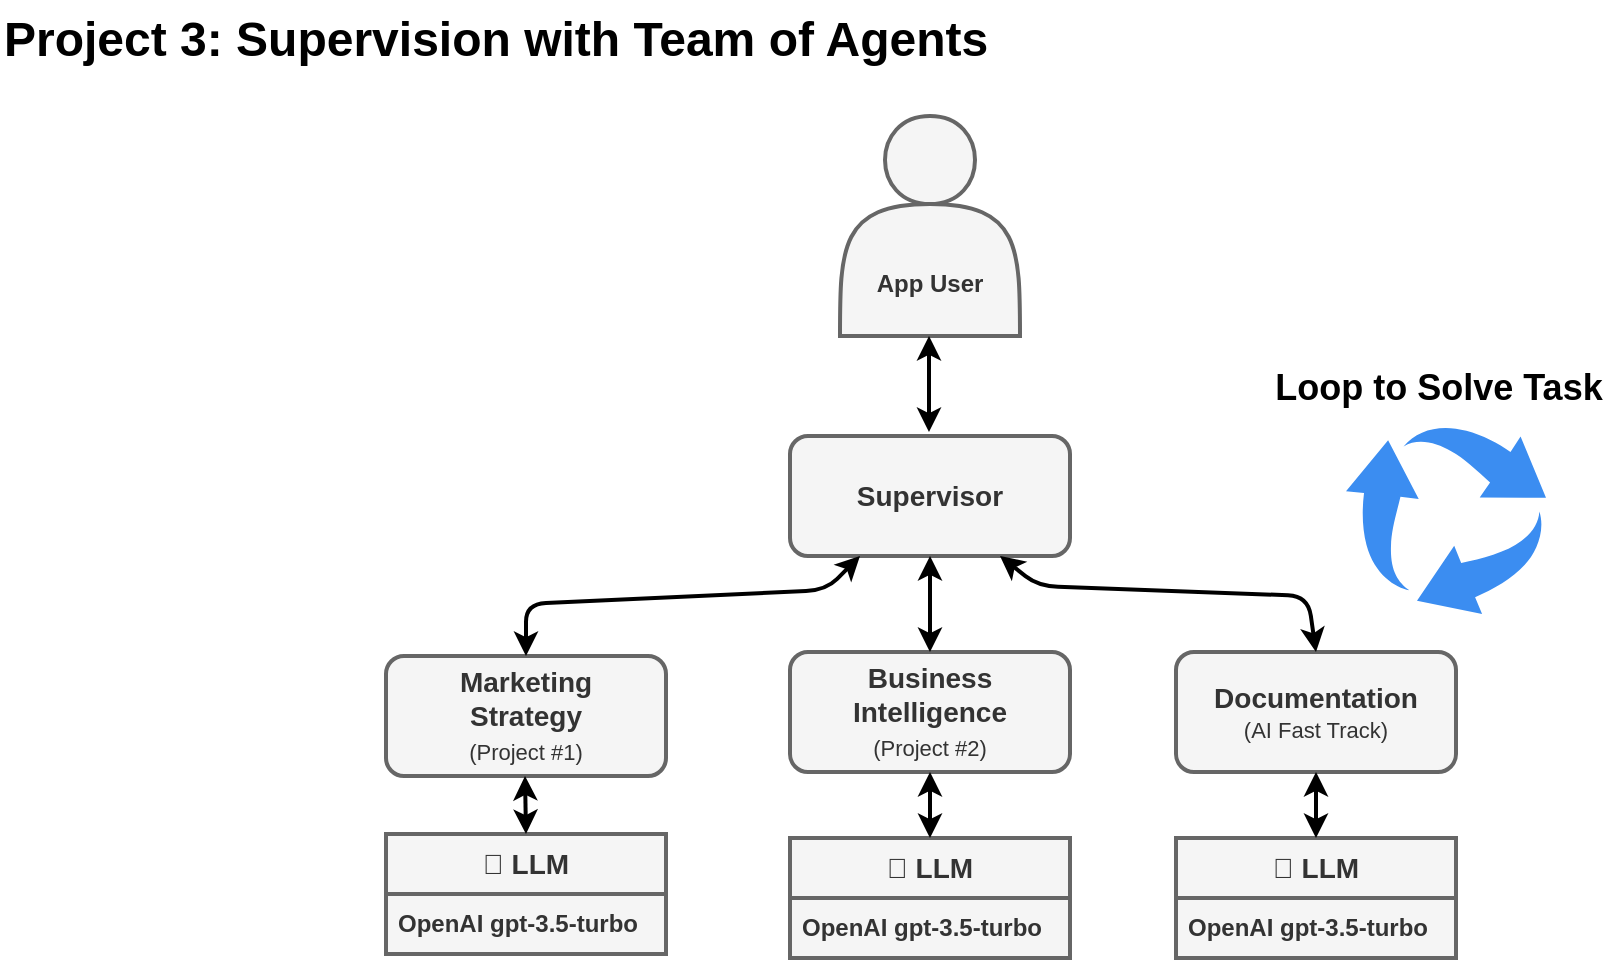
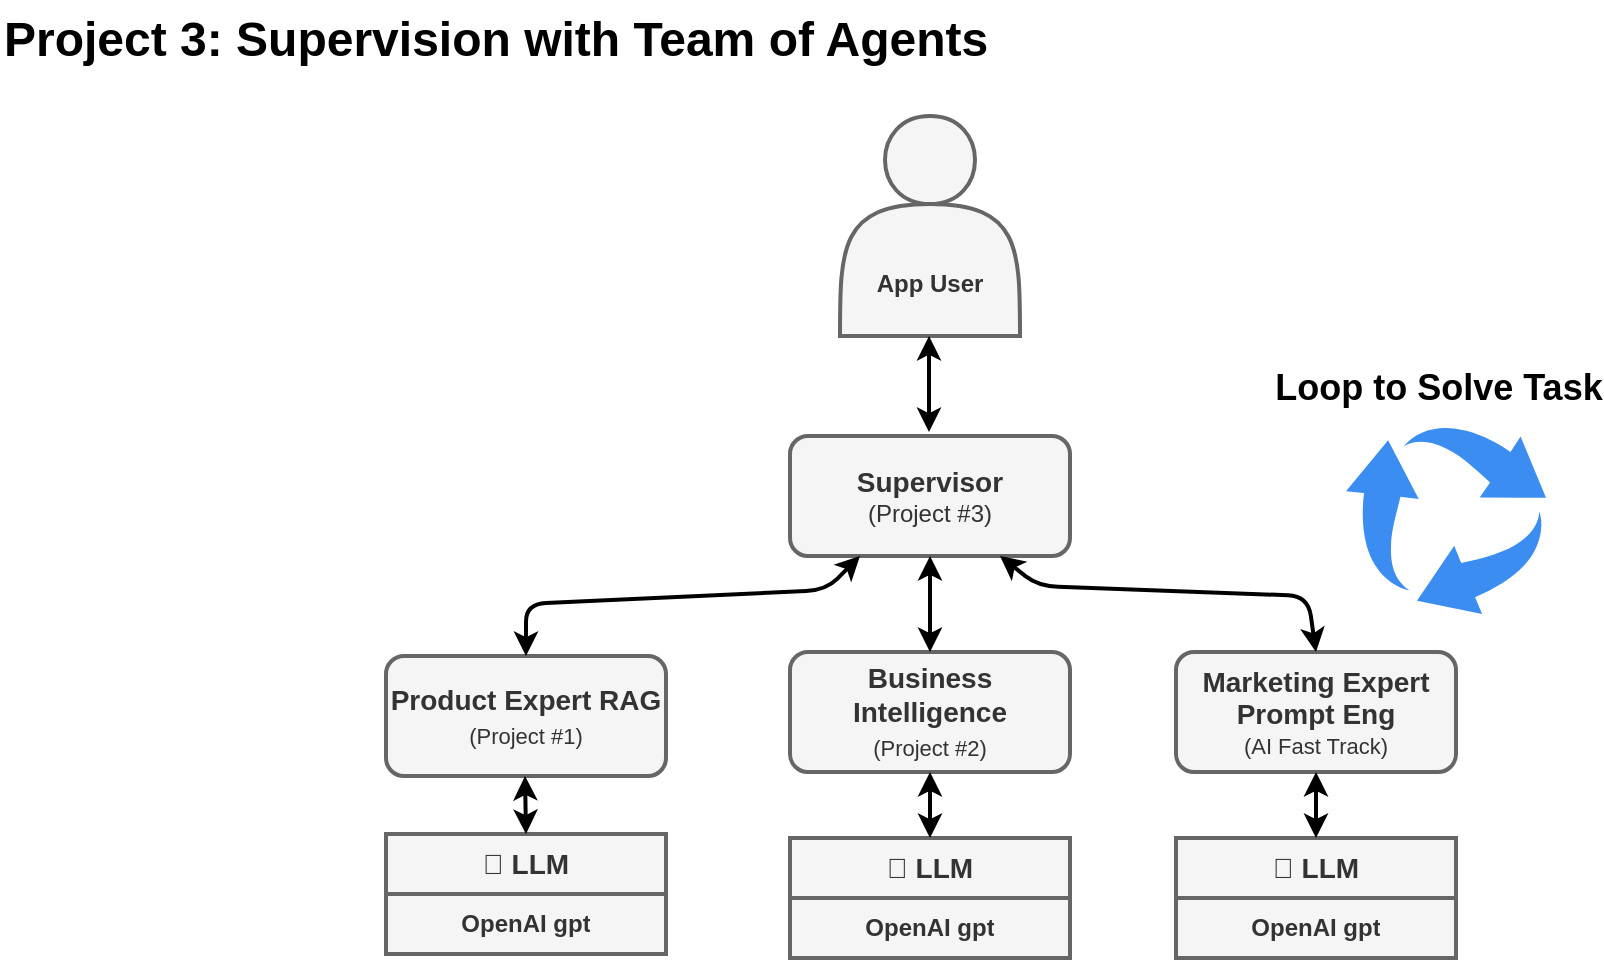
<mxfile host="65bd71144e">
    <diagram id="1xbTTFElEqbZD3jhlw0T" name="Project 3: Plan and Execute Team of Agents">
-         <mxGraphModel dx="887" dy="626" grid="0" gridSize="10" guides="1" tooltips="1" connect="1" arrows="1" fold="1" page="1" pageScale="1" pageWidth="1100" pageHeight="850" background="#ffffff" math="0" shadow="0">
+         <mxGraphModel dx="877" dy="399" grid="0" gridSize="10" guides="1" tooltips="1" connect="1" arrows="1" fold="1" page="1" pageScale="1" pageWidth="1100" pageHeight="850" background="#ffffff" math="0" shadow="0">
            <root>
                <mxCell id="0"/>
                <mxCell id="1" parent="0"/>
                <mxCell id="5" value="Project 3: Supervision with Team of Agents" style="text;html=1;fontSize=24;fontStyle=1;verticalAlign=middle;align=left;strokeWidth=2;fontColor=#000000;" parent="1" vertex="1">
                    <mxGeometry x="40" y="10" width="100" height="40" as="geometry"/>
                </mxCell>
                <mxCell id="35" value="&lt;br&gt;&lt;br&gt;&lt;br&gt;&lt;br&gt;&lt;b&gt;App User&lt;/b&gt;" style="shape=actor;whiteSpace=wrap;html=1;fillColor=#f5f5f5;fontColor=#333333;strokeColor=#666666;strokeWidth=2;" parent="1" vertex="1">
                    <mxGeometry x="460" y="68" width="90" height="110" as="geometry"/>
                </mxCell>
-                 <mxCell id="44" value="&lt;span style=&quot;font-size: 14px;&quot;&gt;&lt;b&gt;Supervisor&lt;/b&gt;&lt;/span&gt;" style="rounded=1;whiteSpace=wrap;html=1;fillColor=#f5f5f5;fontColor=#333333;strokeColor=#666666;strokeWidth=2;" parent="1" vertex="1">
+                 <mxCell id="44" value="&lt;b style=&quot;font-size: 14px;&quot;&gt;Supervisor&lt;/b&gt;&lt;br&gt;&lt;font style=&quot;font-size: 12px;&quot;&gt;(Project #3)&lt;/font&gt;" style="rounded=1;whiteSpace=wrap;html=1;fillColor=#f5f5f5;fontColor=#333333;strokeColor=#666666;strokeWidth=2;" parent="1" vertex="1">
                    <mxGeometry x="435" y="228" width="140" height="60" as="geometry"/>
                </mxCell>
-                 <mxCell id="50" value="&lt;b style=&quot;font-size: 14px;&quot;&gt;Marketing &lt;/b&gt;&lt;br&gt;&lt;b style=&quot;font-size: 14px;&quot;&gt;Strategy&lt;br&gt;&lt;/b&gt;&lt;span style=&quot;font-size: 11px;&quot;&gt;(Project #1)&lt;/span&gt;&lt;b style=&quot;font-size: 14px;&quot;&gt;&lt;br&gt;&lt;/b&gt;" style="rounded=1;whiteSpace=wrap;html=1;fillColor=#f5f5f5;fontColor=#333333;strokeColor=#666666;strokeWidth=2;" parent="1" vertex="1">
+                 <mxCell id="50" value="&lt;b style=&quot;font-size: 14px;&quot;&gt;Product Expert RAG&lt;br&gt;&lt;/b&gt;&lt;span style=&quot;font-size: 11px;&quot;&gt;(Project #1)&lt;/span&gt;&lt;b style=&quot;font-size: 14px;&quot;&gt;&lt;br&gt;&lt;/b&gt;" style="rounded=1;whiteSpace=wrap;html=1;fillColor=#f5f5f5;fontColor=#333333;strokeColor=#666666;strokeWidth=2;" parent="1" vertex="1">
                    <mxGeometry x="233" y="338" width="140" height="60" as="geometry"/>
                </mxCell>
                <mxCell id="75" style="edgeStyle=none;html=1;exitX=0.25;exitY=1;exitDx=0;exitDy=0;strokeColor=#000000;strokeWidth=2;fontColor=#000000;startArrow=classic;startFill=1;entryX=0.5;entryY=0;entryDx=0;entryDy=0;" parent="1" source="44" target="50" edge="1">
                    <mxGeometry relative="1" as="geometry">
                        <mxPoint x="515" y="190" as="sourcePoint"/>
                        <mxPoint x="515" y="238" as="targetPoint"/>
                        <Array as="points">
                            <mxPoint x="453" y="305"/>
                            <mxPoint x="303" y="312"/>
                        </Array>
                    </mxGeometry>
                </mxCell>
                <mxCell id="76" value="&lt;b style=&quot;font-size: 14px;&quot;&gt;Business Intelligence&lt;br&gt;&lt;/b&gt;&lt;span style=&quot;font-size: 11px;&quot;&gt;(Project #2)&lt;/span&gt;&lt;b style=&quot;font-size: 14px;&quot;&gt;&lt;br&gt;&lt;/b&gt;" style="rounded=1;whiteSpace=wrap;html=1;fillColor=#f5f5f5;fontColor=#333333;strokeColor=#666666;strokeWidth=2;" parent="1" vertex="1">
                    <mxGeometry x="435" y="336" width="140" height="60" as="geometry"/>
                </mxCell>
-                 <mxCell id="77" value="&lt;b style=&quot;font-size: 14px;&quot;&gt;Documentation&lt;br&gt;&lt;/b&gt;&lt;span style=&quot;font-size: 11px;&quot;&gt;(AI Fast Track)&lt;/span&gt;" style="rounded=1;whiteSpace=wrap;html=1;fillColor=#f5f5f5;fontColor=#333333;strokeColor=#666666;strokeWidth=2;" parent="1" vertex="1">
+                 <mxCell id="77" value="&lt;b style=&quot;font-size: 14px;&quot;&gt;Marketing Expert Prompt Eng&lt;br&gt;&lt;/b&gt;&lt;span style=&quot;font-size: 11px;&quot;&gt;(AI Fast Track)&lt;/span&gt;" style="rounded=1;whiteSpace=wrap;html=1;fillColor=#f5f5f5;fontColor=#333333;strokeColor=#666666;strokeWidth=2;" parent="1" vertex="1">
                    <mxGeometry x="628" y="336" width="140" height="60" as="geometry"/>
                </mxCell>
                <mxCell id="78" style="edgeStyle=none;html=1;exitX=0.5;exitY=1;exitDx=0;exitDy=0;strokeColor=#000000;strokeWidth=2;fontColor=#000000;startArrow=classic;startFill=1;entryX=0.5;entryY=0;entryDx=0;entryDy=0;" parent="1" source="44" target="76" edge="1">
                    <mxGeometry relative="1" as="geometry">
                        <mxPoint x="480" y="298" as="sourcePoint"/>
                        <mxPoint x="313" y="348" as="targetPoint"/>
                    </mxGeometry>
                </mxCell>
                <mxCell id="79" style="edgeStyle=none;html=1;exitX=0.75;exitY=1;exitDx=0;exitDy=0;strokeColor=#000000;strokeWidth=2;fontColor=#000000;startArrow=classic;startFill=1;entryX=0.5;entryY=0;entryDx=0;entryDy=0;" parent="1" source="44" target="77" edge="1">
                    <mxGeometry relative="1" as="geometry">
                        <mxPoint x="490" y="308" as="sourcePoint"/>
                        <mxPoint x="323" y="358" as="targetPoint"/>
                        <Array as="points">
                            <mxPoint x="559" y="303"/>
                            <mxPoint x="694" y="308"/>
                        </Array>
                    </mxGeometry>
                </mxCell>
                <mxCell id="80" value="" style="sketch=0;html=1;aspect=fixed;strokeColor=none;shadow=0;align=center;verticalAlign=top;fillColor=#3B8DF1;shape=mxgraph.gcp2.arrow_cycle" parent="1" vertex="1">
                    <mxGeometry x="713" y="222" width="100" height="95" as="geometry"/>
                </mxCell>
                <mxCell id="81" style="edgeStyle=none;html=1;exitX=0.5;exitY=1;exitDx=0;exitDy=0;strokeColor=#000000;strokeWidth=2;fontColor=#000000;startArrow=classic;startFill=1;" parent="1" edge="1">
                    <mxGeometry relative="1" as="geometry">
                        <mxPoint x="504.5" y="178" as="sourcePoint"/>
                        <mxPoint x="504.5" y="226" as="targetPoint"/>
                    </mxGeometry>
                </mxCell>
                <mxCell id="82" value="&lt;b&gt;&lt;font style=&quot;font-size: 14px;&quot;&gt;🧠 LLM&lt;/font&gt;&lt;/b&gt;" style="swimlane;fontStyle=0;childLayout=stackLayout;horizontal=1;startSize=30;horizontalStack=0;resizeParent=1;resizeParentMax=0;resizeLast=0;collapsible=1;marginBottom=0;whiteSpace=wrap;html=1;labelBackgroundColor=none;strokeWidth=2;fontColor=#333333;fillColor=#f5f5f5;strokeColor=#666666;" parent="1" vertex="1">
                    <mxGeometry x="233" y="427" width="140" height="60" as="geometry"/>
                </mxCell>
-                 <mxCell id="83" value="&lt;b&gt;OpenAI gpt-3.5-turbo&lt;/b&gt;" style="text;strokeColor=#666666;fillColor=#f5f5f5;align=left;verticalAlign=middle;spacingLeft=4;spacingRight=4;overflow=hidden;points=[[0,0.5],[1,0.5]];portConstraint=eastwest;rotatable=0;whiteSpace=wrap;html=1;labelBackgroundColor=none;strokeWidth=2;fontColor=#333333;" parent="82" vertex="1">
+                 <mxCell id="83" value="&lt;b&gt;OpenAI gpt&lt;/b&gt;" style="text;strokeColor=#666666;fillColor=#f5f5f5;align=center;verticalAlign=middle;spacingLeft=4;spacingRight=4;overflow=hidden;points=[[0,0.5],[1,0.5]];portConstraint=eastwest;rotatable=0;whiteSpace=wrap;html=1;labelBackgroundColor=none;strokeWidth=2;fontColor=#333333;" parent="82" vertex="1">
                    <mxGeometry y="30" width="140" height="30" as="geometry"/>
                </mxCell>
                <mxCell id="84" value="&lt;b&gt;&lt;font style=&quot;font-size: 14px;&quot;&gt;🧠 LLM&lt;/font&gt;&lt;/b&gt;" style="swimlane;fontStyle=0;childLayout=stackLayout;horizontal=1;startSize=30;horizontalStack=0;resizeParent=1;resizeParentMax=0;resizeLast=0;collapsible=1;marginBottom=0;whiteSpace=wrap;html=1;labelBackgroundColor=none;strokeWidth=2;fontColor=#333333;fillColor=#f5f5f5;strokeColor=#666666;" parent="1" vertex="1">
                    <mxGeometry x="435" y="429" width="140" height="60" as="geometry"/>
                </mxCell>
-                 <mxCell id="85" value="&lt;b&gt;OpenAI gpt-3.5-turbo&lt;/b&gt;" style="text;strokeColor=#666666;fillColor=#f5f5f5;align=left;verticalAlign=middle;spacingLeft=4;spacingRight=4;overflow=hidden;points=[[0,0.5],[1,0.5]];portConstraint=eastwest;rotatable=0;whiteSpace=wrap;html=1;labelBackgroundColor=none;strokeWidth=2;fontColor=#333333;" parent="84" vertex="1">
+                 <mxCell id="85" value="&lt;b&gt;OpenAI gpt&lt;/b&gt;" style="text;strokeColor=#666666;fillColor=#f5f5f5;align=center;verticalAlign=middle;spacingLeft=4;spacingRight=4;overflow=hidden;points=[[0,0.5],[1,0.5]];portConstraint=eastwest;rotatable=0;whiteSpace=wrap;html=1;labelBackgroundColor=none;strokeWidth=2;fontColor=#333333;" parent="84" vertex="1">
                    <mxGeometry y="30" width="140" height="30" as="geometry"/>
                </mxCell>
                <mxCell id="86" value="&lt;b&gt;&lt;font style=&quot;font-size: 14px;&quot;&gt;🧠 LLM&lt;/font&gt;&lt;/b&gt;" style="swimlane;fontStyle=0;childLayout=stackLayout;horizontal=1;startSize=30;horizontalStack=0;resizeParent=1;resizeParentMax=0;resizeLast=0;collapsible=1;marginBottom=0;whiteSpace=wrap;html=1;labelBackgroundColor=none;strokeWidth=2;fontColor=#333333;fillColor=#f5f5f5;strokeColor=#666666;" parent="1" vertex="1">
                    <mxGeometry x="628" y="429" width="140" height="60" as="geometry"/>
                </mxCell>
-                 <mxCell id="87" value="&lt;b&gt;OpenAI gpt-3.5-turbo&lt;/b&gt;" style="text;strokeColor=#666666;fillColor=#f5f5f5;align=left;verticalAlign=middle;spacingLeft=4;spacingRight=4;overflow=hidden;points=[[0,0.5],[1,0.5]];portConstraint=eastwest;rotatable=0;whiteSpace=wrap;html=1;labelBackgroundColor=none;strokeWidth=2;fontColor=#333333;" parent="86" vertex="1">
+                 <mxCell id="87" value="&lt;b&gt;OpenAI gpt&lt;/b&gt;" style="text;strokeColor=#666666;fillColor=#f5f5f5;align=center;verticalAlign=middle;spacingLeft=4;spacingRight=4;overflow=hidden;points=[[0,0.5],[1,0.5]];portConstraint=eastwest;rotatable=0;whiteSpace=wrap;html=1;labelBackgroundColor=none;strokeWidth=2;fontColor=#333333;" parent="86" vertex="1">
                    <mxGeometry y="30" width="140" height="30" as="geometry"/>
                </mxCell>
                <mxCell id="88" style="edgeStyle=none;html=1;exitX=0.5;exitY=1;exitDx=0;exitDy=0;strokeColor=#000000;strokeWidth=2;fontColor=#000000;startArrow=classic;startFill=1;" parent="1" edge="1">
                    <mxGeometry relative="1" as="geometry">
                        <mxPoint x="302.5" y="398" as="sourcePoint"/>
                        <mxPoint x="303" y="427" as="targetPoint"/>
                    </mxGeometry>
                </mxCell>
                <mxCell id="89" style="edgeStyle=none;html=1;exitX=0.5;exitY=1;exitDx=0;exitDy=0;strokeColor=#000000;strokeWidth=2;fontColor=#000000;startArrow=classic;startFill=1;" parent="1" source="76" target="84" edge="1">
                    <mxGeometry relative="1" as="geometry">
                        <mxPoint x="312.5" y="408" as="sourcePoint"/>
                        <mxPoint x="313" y="435" as="targetPoint"/>
                    </mxGeometry>
                </mxCell>
                <mxCell id="90" style="edgeStyle=none;html=1;exitX=0.5;exitY=1;exitDx=0;exitDy=0;strokeColor=#000000;strokeWidth=2;fontColor=#000000;startArrow=classic;startFill=1;entryX=0.5;entryY=0;entryDx=0;entryDy=0;" parent="1" source="77" target="86" edge="1">
                    <mxGeometry relative="1" as="geometry">
                        <mxPoint x="322.5" y="418" as="sourcePoint"/>
                        <mxPoint x="323" y="445" as="targetPoint"/>
                    </mxGeometry>
                </mxCell>
                <mxCell id="95" value="&lt;font style=&quot;font-size: 18px;&quot;&gt;Loop to Solve Task&lt;/font&gt;" style="text;strokeColor=none;fillColor=none;html=1;fontSize=24;fontStyle=1;verticalAlign=middle;align=center;fontColor=#000000;" parent="1" vertex="1">
                    <mxGeometry x="709" y="182" width="100" height="40" as="geometry"/>
                </mxCell>
            </root>
        </mxGraphModel>
    </diagram>
</mxfile>